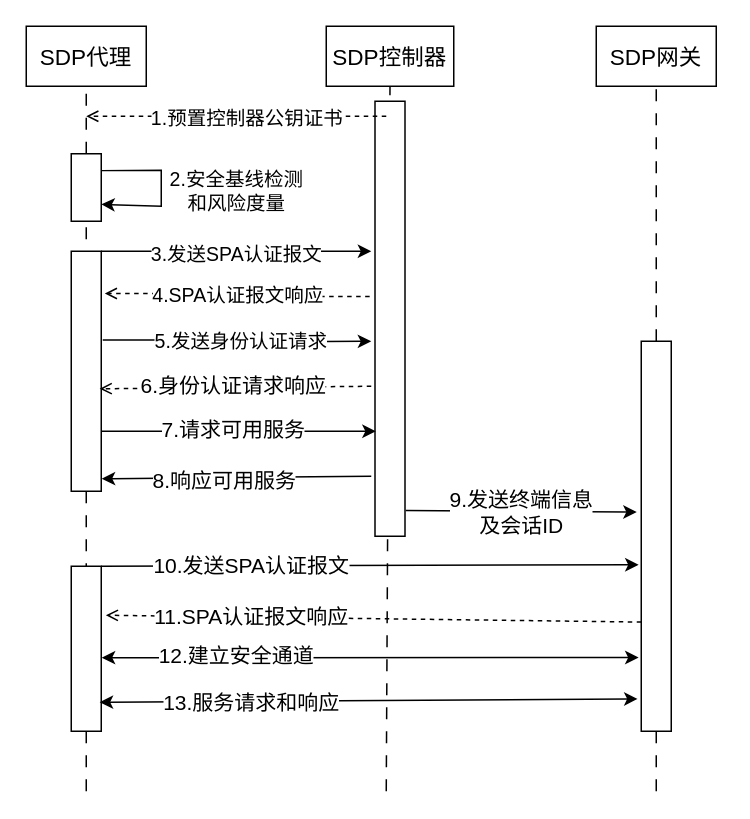
The draw.io diagram testDirectory/安全接入流程.drawio in Moose1273/-, before the edit. Source tidied: cells renumbered, new cells numbered last; positions are measured from the earlier drawing's top-left corner, leaving out a move shared by most shapes. Both pictures are drawn from the tidied source at 150%, with x=0, y=0 at pixel (26, 26).
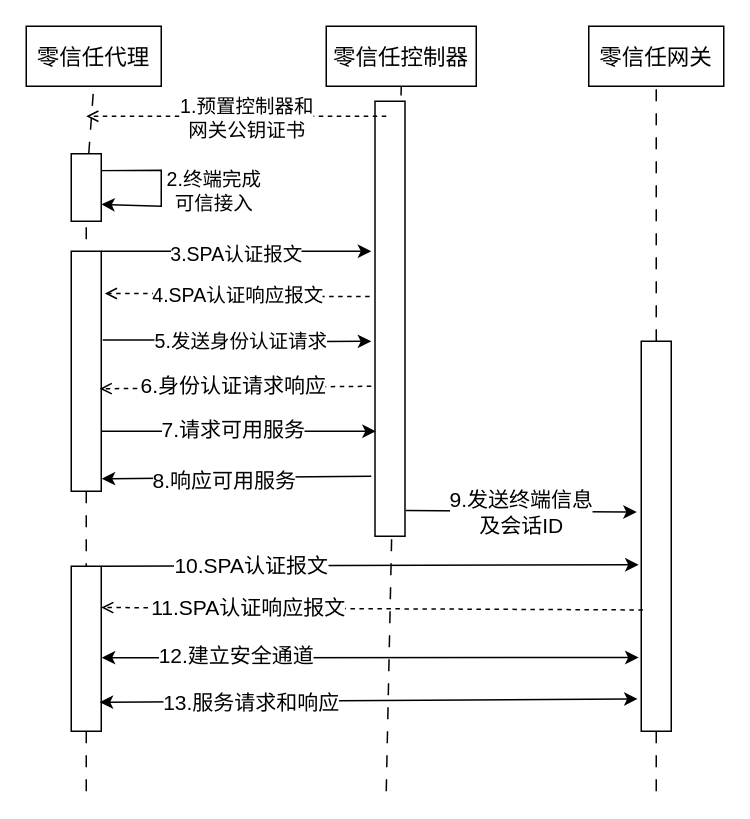
After the change.

Commit message:
更新安全接入流程.drawio

Unchanged cells that the change refers to:
```xml
<mxCell id="11" style="edgeStyle=orthogonalEdgeStyle;rounded=0;jettySize=auto;html=1;entryX=1.119;entryY=0.176;entryDx=0;entryDy=0;entryPerimeter=0;dashed=1;endArrow=open;endFill=0;exitX=-0.178;exitY=0.449;exitDx=0;exitDy=0;exitPerimeter=0;" parent="1" edge="1" source="13" target="20">
  <mxGeometry relative="1" as="geometry" />
</mxCell>
<mxCell id="14" style="endArrow=open;html=1;rounded=0;dashed=1;endFill=0;" parent="1" edge="1">
  <mxGeometry relative="1" as="geometry">
    <mxPoint x="240" y="60" as="sourcePoint" />
    <mxPoint x="40" y="60" as="targetPoint" />
  </mxGeometry>
</mxCell>
<mxCell id="16" style="edgeStyle=orthogonalEdgeStyle;rounded=0;jettySize=auto;html=1;exitX=1;exitY=0;exitDx=0;exitDy=0;" parent="1" edge="1" source="20">
  <mxGeometry relative="1" as="geometry">
    <mxPoint x="230" y="150" as="targetPoint" />
    <Array as="points">
      <mxPoint x="170" y="150" />
      <mxPoint x="170" y="150" />
    </Array>
  </mxGeometry>
</mxCell>
<mxCell id="25" style="rounded=0;whiteSpace=wrap;html=1;" parent="1" vertex="1">
  <mxGeometry x="410" y="210" width="20" height="260" as="geometry" />
</mxCell>
<mxCell id="26" style="edgeStyle=orthogonalEdgeStyle;rounded=0;jettySize=auto;html=1;exitX=1;exitY=0;exitDx=0;exitDy=0;entryX=-0.088;entryY=0.573;entryDx=0;entryDy=0;entryPerimeter=0;" parent="1" edge="1" source="28" target="25">
  <mxGeometry relative="1" as="geometry">
    <Array as="points">
      <mxPoint x="408" y="360" />
    </Array>
  </mxGeometry>
</mxCell>
<mxCell id="28" style="rounded=0;whiteSpace=wrap;html=1;" parent="1" vertex="1">
  <mxGeometry x="30" y="360" width="20" height="110" as="geometry" />
</mxCell>
```

The edit, as a diff of the source:
```diff
@@
-    <mxCell id="3" value="&lt;font style=&quot;font-size: 15px;&quot;&gt;SDP代理&lt;/font&gt;" style="rounded=0;whiteSpace=wrap;html=1;" parent="1" vertex="1">
-      <mxGeometry width="80" height="40" as="geometry" />
+    <mxCell id="3" value="&lt;font style=&quot;font-size: 15px;&quot;&gt;零信任代理&lt;/font&gt;" style="rounded=0;whiteSpace=wrap;html=1;" parent="1" vertex="1">
+      <mxGeometry width="90" height="40" as="geometry" />
     </mxCell>
-    <mxCell id="4" value="&lt;font style=&quot;font-size: 15px;&quot;&gt;SDP控制器&lt;/font&gt;" style="rounded=0;whiteSpace=wrap;html=1;" parent="1" vertex="1">
-      <mxGeometry x="200" width="85" height="40" as="geometry" />
+    <mxCell id="4" value="&lt;font style=&quot;font-size: 15px;&quot;&gt;零信任控制器&lt;/font&gt;" style="rounded=0;whiteSpace=wrap;html=1;" parent="1" vertex="1">
+      <mxGeometry x="200" width="100" height="40" as="geometry" />
     </mxCell>
-    <mxCell id="5" value="&lt;font style=&quot;font-size: 15px;&quot;&gt;SDP网关&lt;/font&gt;" style="rounded=0;whiteSpace=wrap;html=1;" parent="1" vertex="1">
-      <mxGeometry x="380" width="80" height="40" as="geometry" />
+    <mxCell id="5" value="&lt;font style=&quot;font-size: 15px;&quot;&gt;零信任网关&lt;/font&gt;" style="rounded=0;whiteSpace=wrap;html=1;" parent="1" vertex="1">
+      <mxGeometry x="375" width="90" height="40" as="geometry" />
     </mxCell>
@@
-    <mxCell id="10" value="&lt;font style=&quot;font-size: 13px;&quot;&gt;2.安全基线检测&lt;br&gt;和风险度量&lt;/font&gt;" style="text;html=1;align=center;verticalAlign=middle;strokeColor=none;fillColor=none;" parent="1" vertex="1">
-      <mxGeometry x="85" y="90" width="110" height="40" as="geometry" />
+    <mxCell id="10" value="&lt;font style=&quot;font-size: 13px;&quot;&gt;2.终端完成&lt;/font&gt;&lt;div&gt;&lt;font style=&quot;font-size: 13px;&quot;&gt;可信接入&lt;/font&gt;&lt;/div&gt;" style="text;html=1;align=center;verticalAlign=middle;strokeColor=none;fillColor=none;" parent="1" vertex="1">
+      <mxGeometry x="80" y="90" width="90" height="40" as="geometry" />
     </mxCell>
@@
-    <mxCell id="12" value="&lt;font style=&quot;font-size: 13px;&quot;&gt;4.SPA认证报文响应&lt;/font&gt;" style="edgeLabel;html=1;align=center;verticalAlign=middle;" parent="11" vertex="1">
+    <mxCell id="12" value="&lt;font style=&quot;font-size: 13px;&quot;&gt;4.SPA认证响应报文&lt;/font&gt;" style="edgeLabel;html=1;align=center;verticalAlign=middle;" parent="11" vertex="1">
       <mxGeometry x="0.19" y="1" relative="1" as="geometry">
         <mxPoint x="16" y="-1" as="offset" />
       </mxGeometry>
     </mxCell>
@@
-    <mxCell id="15" value="&lt;font style=&quot;font-size: 13px;&quot;&gt;1.预置控制器公钥证书&lt;/font&gt;" style="edgeLabel;html=1;align=center;verticalAlign=middle;" parent="14" vertex="1">
+    <mxCell id="15" value="&lt;font style=&quot;font-size: 13px;&quot;&gt;1.预置控制器和&lt;/font&gt;&lt;div&gt;&lt;font style=&quot;font-size: 13px;&quot;&gt;网关公钥证书&lt;/font&gt;&lt;/div&gt;" style="edgeLabel;html=1;align=center;verticalAlign=middle;" parent="14" vertex="1">
       <mxGeometry x="-0.06" relative="1" as="geometry" />
     </mxCell>
@@
-    <mxCell id="17" value="&lt;font style=&quot;font-size: 13px;&quot;&gt;3.发送SPA认证报文&lt;/font&gt;" style="edgeLabel;html=1;align=center;verticalAlign=middle;" parent="16" vertex="1">
+    <mxCell id="17" value="&lt;font style=&quot;font-size: 13px;&quot;&gt;3.SPA认证报文&lt;/font&gt;" style="edgeLabel;html=1;align=center;verticalAlign=middle;" parent="16" vertex="1">
       <mxGeometry x="-0.11" y="-1" relative="1" as="geometry">
         <mxPoint x="9" as="offset" />
       </mxGeometry>
     </mxCell>
@@
-    <mxCell id="27" value="&lt;font style=&quot;font-size: 14px;&quot;&gt;10.发送SPA认证报文&lt;/font&gt;" style="edgeLabel;html=1;align=center;verticalAlign=middle;" parent="26" vertex="1">
+    <mxCell id="27" value="&lt;font style=&quot;font-size: 14px;&quot;&gt;10.SPA认证报文&lt;/font&gt;" style="edgeLabel;html=1;align=center;verticalAlign=middle;" parent="26" vertex="1">
       <mxGeometry x="-0.16" y="-2" relative="1" as="geometry">
         <mxPoint x="-51" y="-2" as="offset" />
       </mxGeometry>
     </mxCell>
@@
-    <mxCell id="29" style="endArrow=open;html=1;rounded=0;exitX=0;exitY=0.72;exitDx=0;exitDy=0;exitPerimeter=0;entryX=1.153;entryY=0.297;entryDx=0;entryDy=0;dashed=1;endFill=0;entryPerimeter=0;" parent="1" edge="1" source="25" target="28">
+    <mxCell id="29" style="endArrow=open;html=1;rounded=0;exitX=0.056;exitY=0.689;exitDx=0;exitDy=0;exitPerimeter=0;entryX=1;entryY=0.25;entryDx=0;entryDy=0;dashed=1;endFill=0;" parent="1" edge="1" source="25" target="28">
       <mxGeometry relative="1" as="geometry" />
     </mxCell>
-    <mxCell id="30" value="&lt;font style=&quot;font-size: 14px;&quot;&gt;11.SPA认证报文响应&lt;/font&gt;" style="edgeLabel;html=1;align=center;verticalAlign=middle;" parent="29" vertex="1">
+    <mxCell id="30" value="&lt;font style=&quot;font-size: 14px;&quot;&gt;11.SPA认证响应报文&lt;/font&gt;" style="edgeLabel;html=1;align=center;verticalAlign=middle;" parent="29" vertex="1">
       <mxGeometry x="0.78" relative="1" as="geometry">
         <mxPoint x="57" as="offset" />
       </mxGeometry>
     </mxCell>
```
